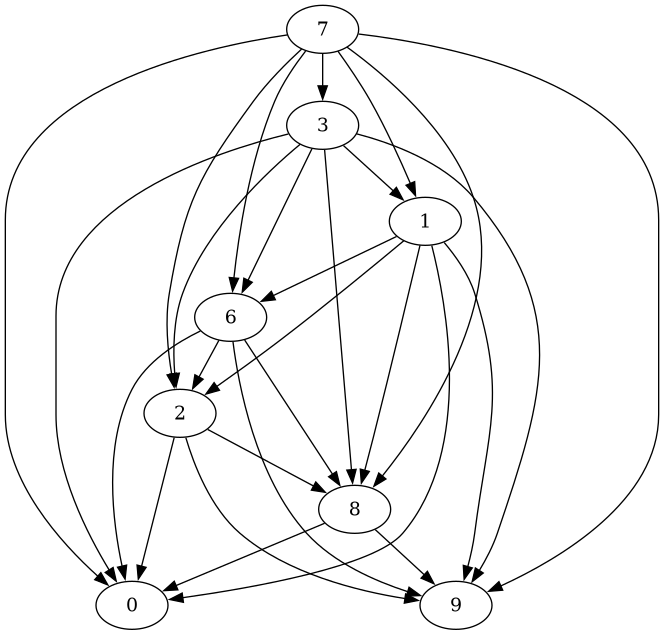
Above: project-euler/079_passcode-graph.png in hikmet517/programming-challenges (Graphviz), before the change. Its source is kept beside it as project-euler/079_passcode-graph.dot.
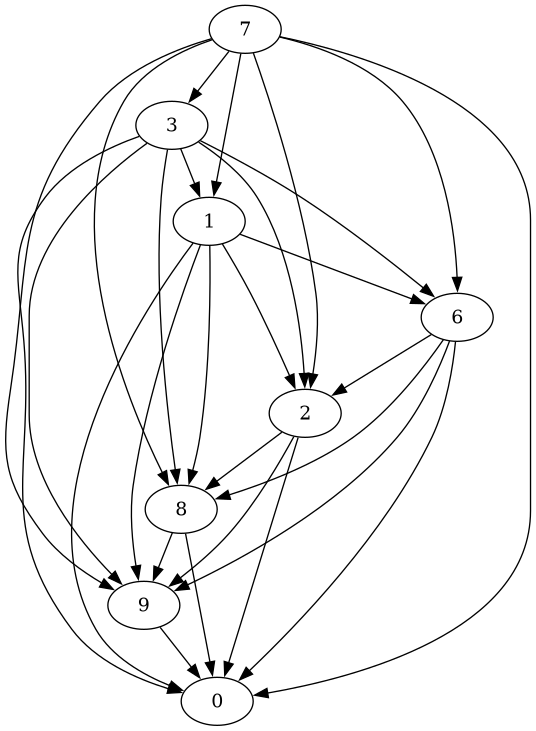
After the commit.

Commit message:
proper solution for 079 passcode derivation

Diff of the diagram source:
```diff
@@ -1,29 +1,30 @@
 digraph {
+  3 -> 0
+  3 -> 1
+  3 -> 2
+  3 -> 6
+  3 -> 8
+  3 -> 9
+  1 -> 0
+  1 -> 2
+  1 -> 6
+  1 -> 8
+  1 -> 9
+  6 -> 8
+  6 -> 0
+  6 -> 2
+  6 -> 9
+  8 -> 0
+  8 -> 9
+  9 -> 0
+  2 -> 0
+  2 -> 9
+  2 -> 8
+  7 -> 0
+  7 -> 1
   7 -> 2
-  3 -> 1
-  2 -> 9
+  7 -> 3
+  7 -> 6
+  7 -> 8
   7 -> 9
-  7 -> 1
-  1 -> 6
-  7 -> 6
-  6 -> 8
-  6 -> 2
-  6 -> 0
-  8 -> 0
-  7 -> 0
-  1 -> 9
-  8 -> 9
-  6 -> 9
-  3 -> 9
-  3 -> 8
-  3 -> 6
-  1 -> 8
-  1 -> 0
-  2 -> 0
-  1 -> 2
-  7 -> 8
-  7 -> 3
-  2 -> 8
-  3 -> 2
-  3 -> 0
 }
```
